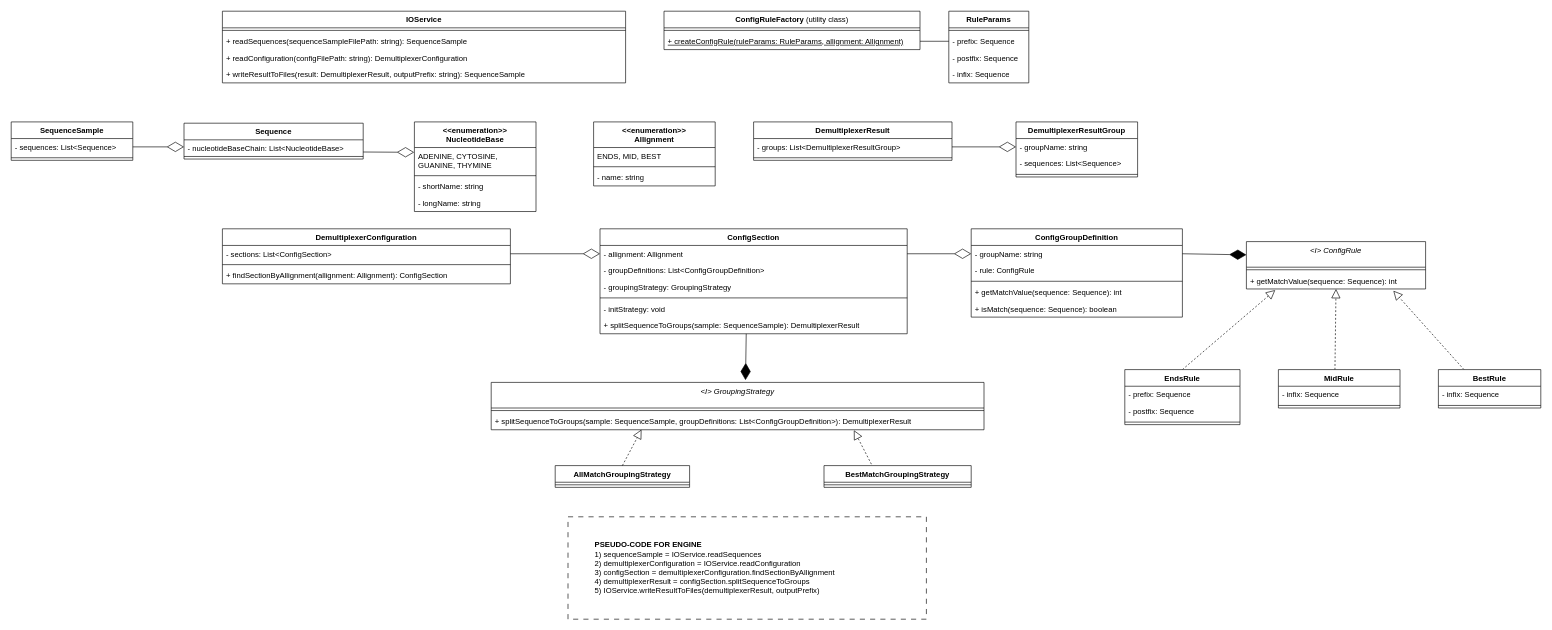
Earlier version of the draw.io diagram uml.drawio (bodroghykristof/omixon-demultiplexer). Source tidied: cells renumbered, new cells numbered last; positions are measured from the earlier drawing's top-left corner, leaving out a move shared by most shapes. Both pictures are drawn from the tidied source at 64%, with x=0, y=0 at pixel (11, 11).
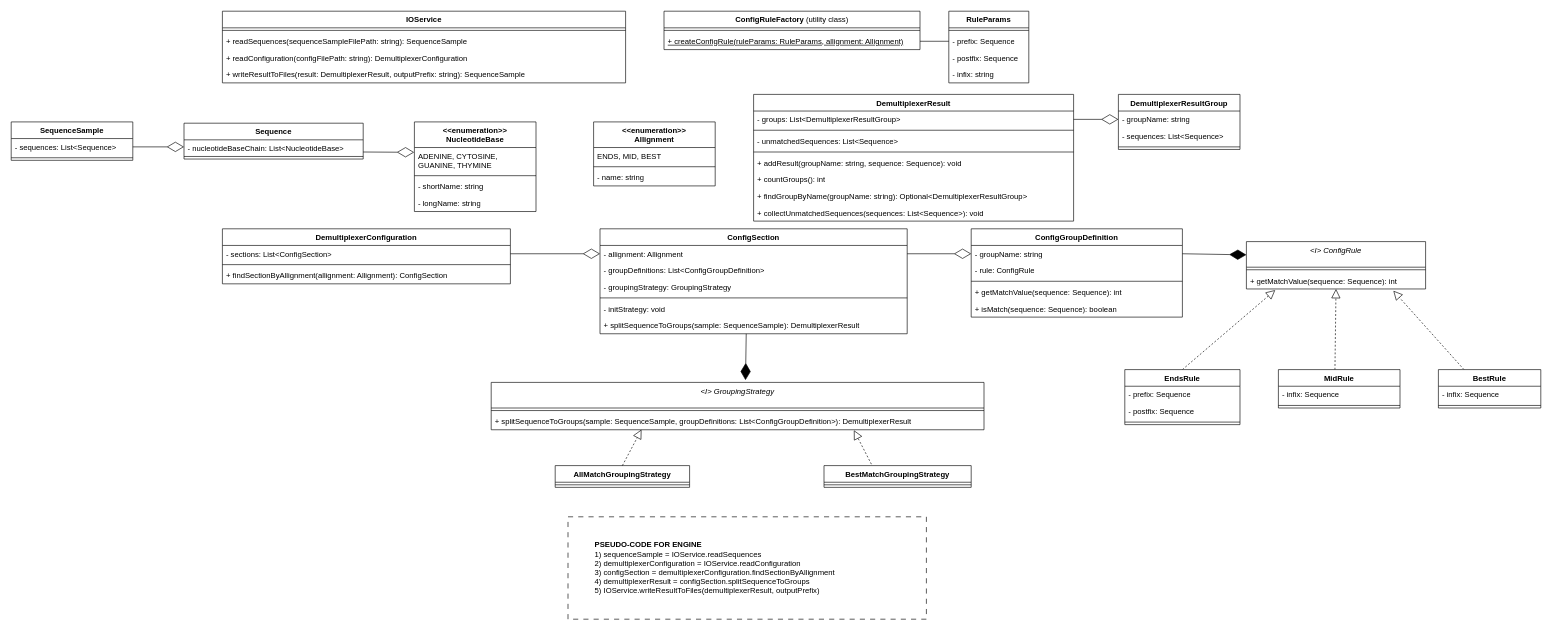
The same page after the edit.

Commit message:
update UML with some missing methods

The change refers to these unchanged cells:
```xml
<mxCell id="83" value="RuleParams" style="swimlane;fontStyle=1;align=center;verticalAlign=top;horizontal=1;startSize=26;whiteSpace=wrap;html=1;" parent="1" vertex="1">
  <mxGeometry x="1465" width="125" height="112" as="geometry" />
</mxCell>
```

What changed in the source:
```diff
@@
     <mxCell id="37" value="DemultiplexerResult" style="swimlane;fontStyle=1;align=center;verticalAlign=top;horizontal=1;startSize=26;whiteSpace=wrap;html=1;" parent="1" vertex="1">
-      <mxGeometry x="1160" y="173" width="310" height="60" as="geometry" />
+      <mxGeometry x="1160" y="130" width="500" height="198" as="geometry" />
     </mxCell>
     <mxCell id="38" value="- groups: List&amp;lt;DemultiplexerResultGroup&amp;gt;" style="text;strokeColor=none;fillColor=none;align=left;verticalAlign=top;spacingLeft=4;spacingRight=4;overflow=hidden;points=[[0,0.5],[1,0.5]];portConstraint=eastwest;whiteSpace=wrap;html=1;" parent="37" vertex="1">
-      <mxGeometry y="26" width="310" height="26" as="geometry" />
+      <mxGeometry y="26" width="500" height="26" as="geometry" />
     </mxCell>
     <mxCell id="39" style="line;strokeWidth=1;fillColor=none;align=left;verticalAlign=middle;spacingTop=-1;spacingLeft=3;spacingRight=3;labelPosition=right;strokeColor=inherit;" parent="37" vertex="1">
-      <mxGeometry y="52" width="310" height="8" as="geometry" />
+      <mxGeometry y="52" width="500" height="8" as="geometry" />
     </mxCell>
+    <mxCell id="88" value="- unmatchedSequences: List&amp;lt;Sequence&amp;gt;" style="text;strokeColor=none;fillColor=none;align=left;verticalAlign=top;spacingLeft=4;spacingRight=4;overflow=hidden;whiteSpace=wrap;html=1;" parent="37" vertex="1">
+      <mxGeometry y="60" width="500" height="26" as="geometry" />
+    </mxCell>
+    <mxCell id="89" style="line;strokeWidth=1;fillColor=none;align=left;verticalAlign=middle;spacingTop=-1;spacingLeft=3;spacingRight=3;labelPosition=right;strokeColor=inherit;" parent="37" vertex="1">
+      <mxGeometry y="86" width="500" height="8" as="geometry" />
+    </mxCell>
+    <mxCell id="90" value="+ addResult(groupName: string, sequence: Sequence): void" style="text;strokeColor=none;fillColor=none;align=left;verticalAlign=top;spacingLeft=4;spacingRight=4;overflow=hidden;whiteSpace=wrap;html=1;" parent="37" vertex="1">
+      <mxGeometry y="94" width="500" height="26" as="geometry" />
+    </mxCell>
+    <mxCell id="91" value="+ countGroups(): int" style="text;strokeColor=none;fillColor=none;align=left;verticalAlign=top;spacingLeft=4;spacingRight=4;overflow=hidden;whiteSpace=wrap;html=1;" parent="37" vertex="1">
+      <mxGeometry y="120" width="500" height="26" as="geometry" />
+    </mxCell>
+    <mxCell id="92" value="+ findGroupByName(groupName: string): Optional&amp;lt;DemultiplexerResultGroup&amp;gt;" style="text;strokeColor=none;fillColor=none;align=left;verticalAlign=top;spacingLeft=4;spacingRight=4;overflow=hidden;whiteSpace=wrap;html=1;" parent="37" vertex="1">
+      <mxGeometry y="146" width="500" height="26" as="geometry" />
+    </mxCell>
+    <mxCell id="93" value="+ collectUnmatchedSequences(sequences: List&amp;lt;Sequence&amp;gt;): void" style="text;strokeColor=none;fillColor=none;align=left;verticalAlign=top;spacingLeft=4;spacingRight=4;overflow=hidden;whiteSpace=wrap;html=1;" parent="37" vertex="1">
+      <mxGeometry y="172" width="500" height="26" as="geometry" />
+    </mxCell>
     <mxCell id="40" value="DemultiplexerResultGroup" style="swimlane;fontStyle=1;align=center;verticalAlign=top;horizontal=1;startSize=26;whiteSpace=wrap;html=1;" parent="1" vertex="1">
-      <mxGeometry x="1570" y="173" width="190" height="86" as="geometry" />
+      <mxGeometry x="1730" y="130" width="190" height="86" as="geometry" />
     </mxCell>
@@
-    <mxCell id="87" value="- infix: Sequence" style="text;strokeColor=none;fillColor=none;align=left;verticalAlign=top;spacingLeft=4;spacingRight=4;overflow=hidden;whiteSpace=wrap;html=1;" parent="83" vertex="1">
+    <mxCell id="87" value="- infix: string" style="text;strokeColor=none;fillColor=none;align=left;verticalAlign=top;spacingLeft=4;spacingRight=4;overflow=hidden;whiteSpace=wrap;html=1;" parent="83" vertex="1">
       <mxGeometry y="86" width="125" height="26" as="geometry" />
     </mxCell>
```
